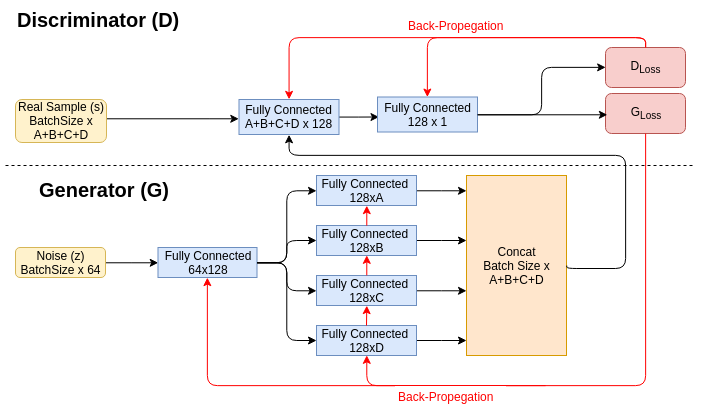
AMRakibulHasan/Sweet_Thesis keeps this draw.io diagram as 04_design_implementation/figs/model_simple.png. Above is the earlier version. Source tidied: cells renumbered, new cells last; positions are measured from the earlier drawing's top-left corner, leaving out a move shared by most shapes.
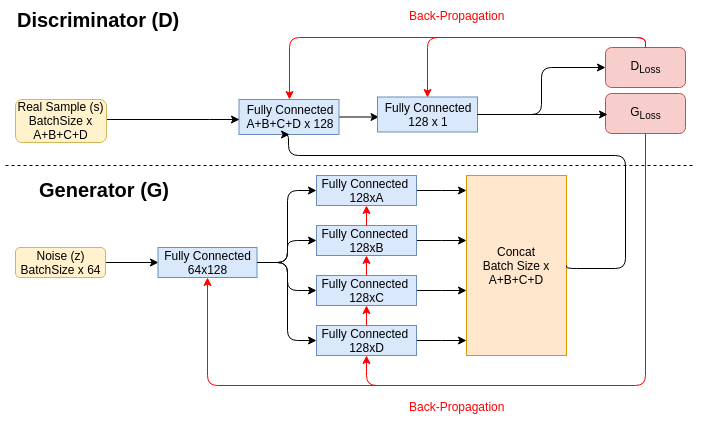
Above is the later version.

What changed in the source:
```diff
@@ -125,8 +125,8 @@
     <mxCell id="32" style="endArrow=classic;html=1;entryX=0.5;entryY=1;exitX=0.5;exitY=0;fillColor=#f8cecc;strokeColor=#FF0000;gradientColor=#ea6b66;" parent="1" edge="1" source="8" target="6">
       <mxGeometry relative="1" as="geometry" />
     </mxCell>
-    <mxCell id="33" value="&lt;font color=&quot;#ff0000&quot;&gt;Back-Propegation&lt;/font&gt;" style="text;html=1;align=left;verticalAlign=top;spacingTop=-4;fillColor=#FFFFFF;strokeColor=#FFFFFF;" parent="1" vertex="1">
-      <mxGeometry x="390" y="381" width="110" height="20" as="geometry" />
+    <mxCell id="33" value="&lt;font color=&quot;#ff0000&quot;&gt;Back-Propagation&lt;/font&gt;" style="text;html=1;align=left;verticalAlign=top;spacingTop=-4;fillColor=#FFFFFF;strokeColor=#FFFFFF;" parent="1" vertex="1">
+      <mxGeometry x="401" y="391" width="110" height="20" as="geometry" />
     </mxCell>
     <mxCell id="34" value="D&lt;sub&gt;Loss&lt;/sub&gt;&lt;br&gt;" style="rounded=1;whiteSpace=wrap;html=1;fillColor=#f8cecc;strokeColor=#b85450;" parent="1" vertex="1">
       <mxGeometry x="600" y="42" width="80" height="40" as="geometry" />
@@ -143,8 +143,8 @@
     <mxCell id="38" style="endArrow=classic;html=1;strokeColor=#FF0000;entryX=0.5;entryY=0;edgeStyle=orthogonalEdgeStyle;exitX=0.5;exitY=0;" parent="1" edge="1" source="34" target="18">
       <mxGeometry relative="1" as="geometry" />
     </mxCell>
-    <mxCell id="39" value="&lt;font color=&quot;#ff0000&quot;&gt;Back-Propegation&lt;/font&gt;" style="text;html=1;align=left;verticalAlign=top;spacingTop=-4;fillColor=#FFFFFF;strokeColor=#FFFFFF;" parent="1" vertex="1">
-      <mxGeometry x="400" y="10" width="110" height="20" as="geometry" />
+    <mxCell id="39" value="&lt;font color=&quot;#ff0000&quot;&gt;Back-Propagation&lt;/font&gt;" style="text;html=1;align=left;verticalAlign=top;spacingTop=-4;fillColor=#FFFFFF;strokeColor=#FFFFFF;" parent="1" vertex="1">
+      <mxGeometry x="401" width="110" height="20" as="geometry" />
     </mxCell>
   </root>
 </mxGraphModel>
```
